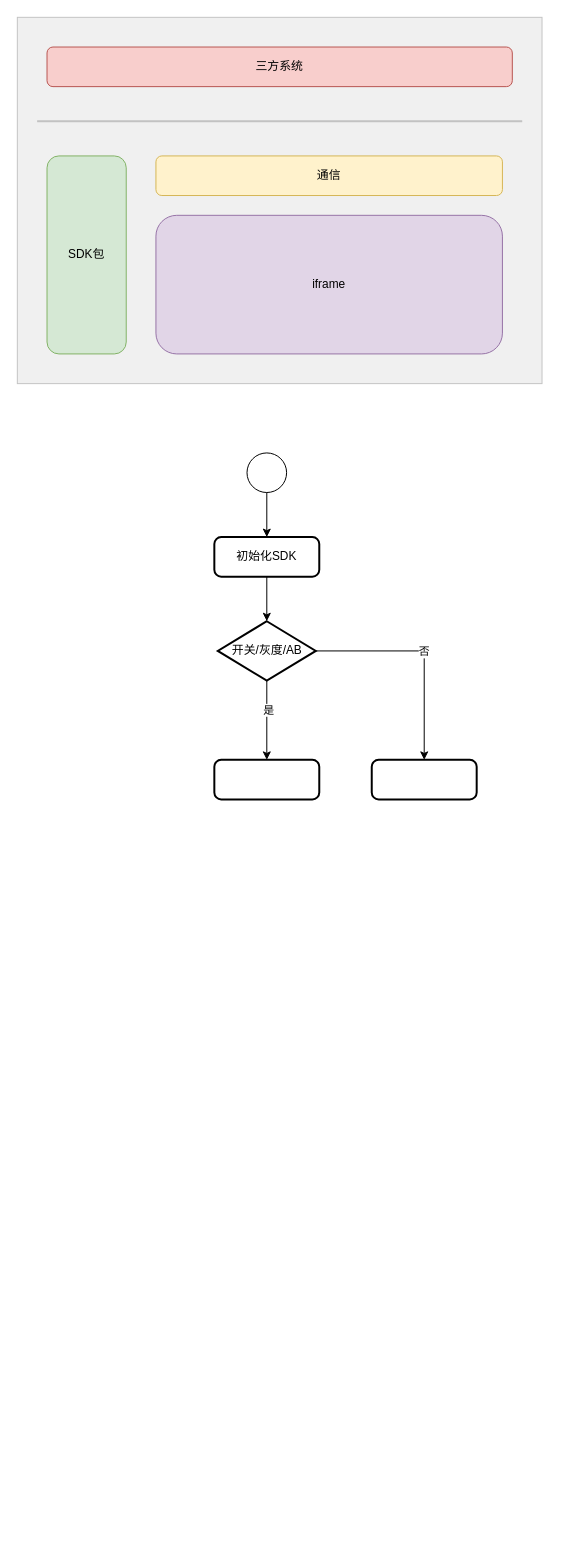
Before: 素材库SDK.drawio in wt9213/wt9213.github.io, a draw.io diagram. Source tidied: cells renumbered, new cells numbered last; positions are measured from the earlier drawing's top-left corner, leaving out a move shared by most shapes. Both pictures are drawn from the tidied source at 99%, with x=0, y=0 at pixel (17, 17).
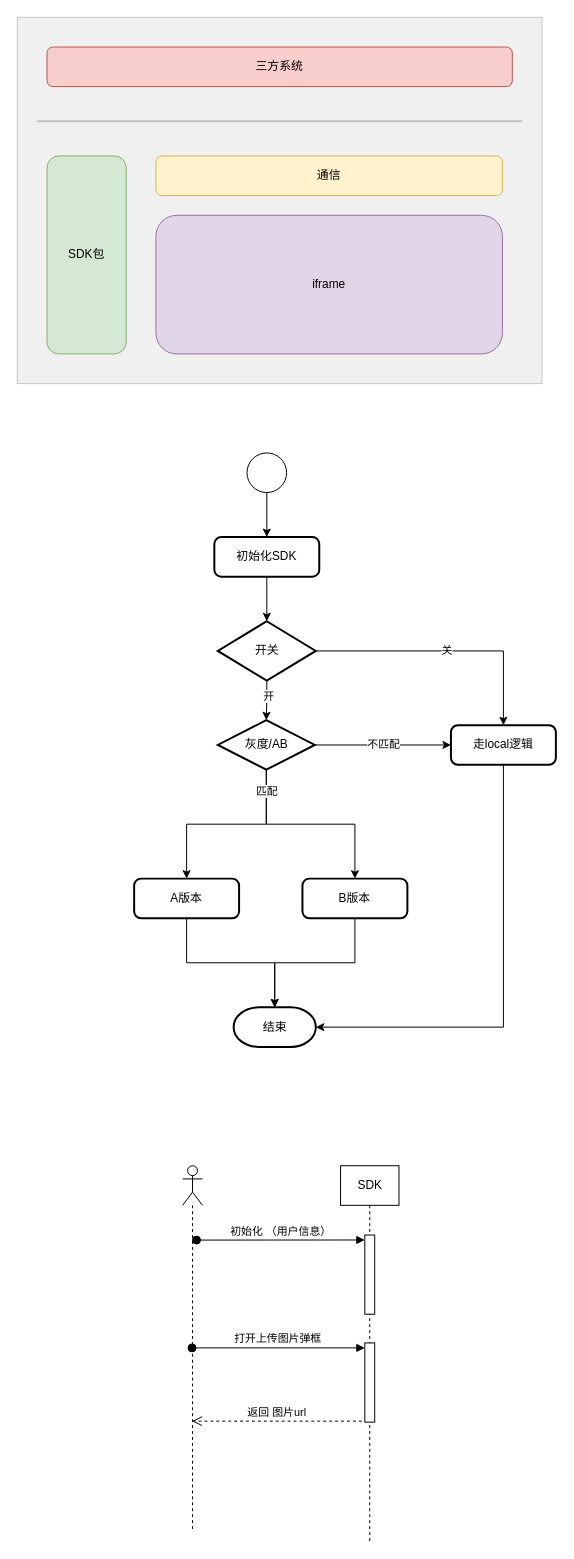
After the change.

Commit message:
更新素材库SDK.drawio

Change to the diagram source:
```diff
@@
-    <mxCell id="11" style="rounded=1;whiteSpace=wrap;html=1;absoluteArcSize=1;arcSize=14;strokeWidth=2;" parent="1" vertex="1">
-      <mxGeometry x="199" y="750" width="106" height="40" as="geometry" />
-    </mxCell>
-    <mxCell id="12" style="edgeStyle=orthogonalEdgeStyle;rounded=0;jettySize=auto;html=1;exitX=0.5;exitY=1;exitDx=0;exitDy=0;exitPerimeter=0;" parent="1" edge="1" source="15" target="11">
+    <mxCell id="12" style="edgeStyle=orthogonalEdgeStyle;rounded=0;jettySize=auto;html=1;exitX=0.5;exitY=1;exitDx=0;exitDy=0;exitPerimeter=0;entryX=0.5;entryY=0;entryDx=0;entryDy=0;entryPerimeter=0;" parent="1" edge="1" source="15" target="22">
       <mxGeometry relative="1" as="geometry" />
     </mxCell>
-    <mxCell id="13" value="是" style="edgeLabel;html=1;align=center;verticalAlign=middle;" parent="12" vertex="1">
+    <mxCell id="13" value="开" style="edgeLabel;html=1;align=center;verticalAlign=middle;" parent="12" vertex="1">
       <mxGeometry x="-0.28" y="1" relative="1" as="geometry" />
     </mxCell>
-    <mxCell id="14" value="否" style="edgeStyle=orthogonalEdgeStyle;rounded=0;jettySize=auto;html=1;exitX=1;exitY=0.5;exitDx=0;exitDy=0;exitPerimeter=0;" parent="1" edge="1" source="15" target="17">
+    <mxCell id="14" value="关" style="edgeStyle=orthogonalEdgeStyle;rounded=0;jettySize=auto;html=1;exitX=1;exitY=0.5;exitDx=0;exitDy=0;exitPerimeter=0;" parent="1" edge="1" source="15" target="17">
       <mxGeometry relative="1" as="geometry" />
     </mxCell>
-    <mxCell id="15" value="开关/灰度/AB" style="strokeWidth=2;html=1;shape=mxgraph.flowchart.decision;whiteSpace=wrap;" parent="1" vertex="1">
+    <mxCell id="15" value="开关" style="strokeWidth=2;html=1;shape=mxgraph.flowchart.decision;whiteSpace=wrap;" parent="1" vertex="1">
       <mxGeometry x="202.5" y="610" width="99" height="60" as="geometry" />
     </mxCell>
@@
-    <mxCell id="17" style="rounded=1;whiteSpace=wrap;html=1;absoluteArcSize=1;arcSize=14;strokeWidth=2;" parent="1" vertex="1">
-      <mxGeometry x="358" y="750" width="106" height="40" as="geometry" />
+    <mxCell id="17" value="走local逻辑" style="rounded=1;whiteSpace=wrap;html=1;absoluteArcSize=1;arcSize=14;strokeWidth=2;" parent="1" vertex="1">
+      <mxGeometry x="438" y="715" width="106" height="40" as="geometry" />
     </mxCell>
+    <mxCell id="18" style="edgeStyle=orthogonalEdgeStyle;rounded=0;jettySize=auto;html=1;exitX=0.5;exitY=1;exitDx=0;exitDy=0;exitPerimeter=0;entryX=0.5;entryY=0;entryDx=0;entryDy=0;" parent="1" edge="1" source="22" target="24">
+      <mxGeometry relative="1" as="geometry" />
+    </mxCell>
+    <mxCell id="19" value="不匹配" style="edgeStyle=orthogonalEdgeStyle;rounded=0;jettySize=auto;html=1;exitX=1;exitY=0.5;exitDx=0;exitDy=0;exitPerimeter=0;entryX=0;entryY=0.5;entryDx=0;entryDy=0;" parent="1" edge="1" source="22" target="17">
+      <mxGeometry relative="1" as="geometry" />
+    </mxCell>
+    <mxCell id="20" style="edgeStyle=orthogonalEdgeStyle;rounded=0;jettySize=auto;html=1;exitX=0.5;exitY=1;exitDx=0;exitDy=0;exitPerimeter=0;entryX=0.5;entryY=0;entryDx=0;entryDy=0;" parent="1" edge="1" source="22" target="25">
+      <mxGeometry relative="1" as="geometry" />
+    </mxCell>
+    <mxCell id="21" value="匹配" style="edgeLabel;html=1;align=center;verticalAlign=middle;" parent="20" vertex="1">
+      <mxGeometry x="-0.79" relative="1" as="geometry" />
+    </mxCell>
+    <mxCell id="22" value="灰度/AB" style="strokeWidth=2;html=1;shape=mxgraph.flowchart.decision;whiteSpace=wrap;" parent="1" vertex="1">
+      <mxGeometry x="202.5" y="710" width="98" height="50" as="geometry" />
+    </mxCell>
+    <mxCell id="23" style="edgeStyle=orthogonalEdgeStyle;rounded=0;jettySize=auto;html=1;exitX=0.5;exitY=1;exitDx=0;exitDy=0;" parent="1" edge="1" source="24" target="26">
+      <mxGeometry relative="1" as="geometry" />
+    </mxCell>
+    <mxCell id="24" value="A版本" style="rounded=1;whiteSpace=wrap;html=1;absoluteArcSize=1;arcSize=14;strokeWidth=2;" parent="1" vertex="1">
+      <mxGeometry x="118" y="870" width="106" height="40" as="geometry" />
+    </mxCell>
+    <mxCell id="25" value="B版本" style="rounded=1;whiteSpace=wrap;html=1;absoluteArcSize=1;arcSize=14;strokeWidth=2;" parent="1" vertex="1">
+      <mxGeometry x="288" y="870" width="106" height="40" as="geometry" />
+    </mxCell>
+    <mxCell id="26" value="结束" style="strokeWidth=2;html=1;shape=mxgraph.flowchart.terminator;whiteSpace=wrap;" parent="1" vertex="1">
+      <mxGeometry x="218.5" y="1000" width="83" height="40" as="geometry" />
+    </mxCell>
+    <mxCell id="27" style="edgeStyle=orthogonalEdgeStyle;rounded=0;jettySize=auto;html=1;exitX=0.5;exitY=1;exitDx=0;exitDy=0;entryX=0.5;entryY=0;entryDx=0;entryDy=0;entryPerimeter=0;" parent="1" edge="1" source="25" target="26">
+      <mxGeometry relative="1" as="geometry" />
+    </mxCell>
+    <mxCell id="28" style="edgeStyle=orthogonalEdgeStyle;rounded=0;jettySize=auto;html=1;exitX=0.5;exitY=1;exitDx=0;exitDy=0;entryX=1;entryY=0.5;entryDx=0;entryDy=0;entryPerimeter=0;" parent="1" edge="1" source="17" target="26">
+      <mxGeometry relative="1" as="geometry" />
+    </mxCell>
+    <mxCell id="29" style="shape=umlLifeline;perimeter=lifelinePerimeter;whiteSpace=wrap;html=1;outlineConnect=0;portConstraint=eastwest;newEdgeStyle={&quot;curved&quot;:0,&quot;rounded&quot;:0};participant=umlActor;" parent="1" vertex="1">
+      <mxGeometry x="167" y="1160" width="20" height="370" as="geometry" />
+    </mxCell>
+    <mxCell id="30" value="SDK" style="shape=umlLifeline;perimeter=lifelinePerimeter;whiteSpace=wrap;html=1;newEdgeStyle={&quot;curved&quot;:0,&quot;rounded&quot;:0};" parent="1" vertex="1">
+      <mxGeometry x="326.5" y="1160" width="59" height="380" as="geometry" />
+    </mxCell>
+    <mxCell id="31" style="html=1;points=[[0,0,0,0,5],[0,1,0,0,-5],[1,0,0,0,5],[1,1,0,0,-5]];perimeter=orthogonalPerimeter;outlineConnect=0;targetShapes=umlLifeline;portConstraint=eastwest;newEdgeStyle={&quot;curved&quot;:0,&quot;rounded&quot;:0};" parent="30" vertex="1">
+      <mxGeometry x="24.5" y="70" width="10" height="80" as="geometry" />
+    </mxCell>
+    <mxCell id="32" style="html=1;points=[[0,0,0,0,5],[0,1,0,0,-5],[1,0,0,0,5],[1,1,0,0,-5]];perimeter=orthogonalPerimeter;outlineConnect=0;targetShapes=umlLifeline;portConstraint=eastwest;newEdgeStyle={&quot;curved&quot;:0,&quot;rounded&quot;:0};" parent="1" vertex="1">
+      <mxGeometry x="351" y="1339" width="10" height="80" as="geometry" />
+    </mxCell>
+    <mxCell id="33" value="打开上传图片弹框" style="html=1;verticalAlign=bottom;startArrow=oval;endArrow=block;startSize=8;curved=0;rounded=0;entryX=0;entryY=0;entryDx=0;entryDy=5;" parent="1" edge="1" source="29" target="32">
+      <mxGeometry x="-0.01" relative="1" as="geometry" />
+    </mxCell>
+    <mxCell id="34" value="返回 图片url" style="html=1;verticalAlign=bottom;endArrow=open;dashed=1;endSize=8;curved=0;rounded=0;" parent="1" edge="1" target="29">
+      <mxGeometry relative="1" as="geometry">
+        <mxPoint x="348" y="1418" as="sourcePoint" />
+      </mxGeometry>
+    </mxCell>
+    <mxCell id="35" value="初始化 （用户信息）" style="html=1;verticalAlign=bottom;startArrow=oval;endArrow=block;startSize=8;curved=0;rounded=0;entryX=0;entryY=0;entryDx=0;entryDy=5;exitX=0.7;exitY=0.203;exitDx=0;exitDy=0;exitPerimeter=0;" parent="1" edge="1" source="29" target="31">
+      <mxGeometry relative="1" as="geometry" />
+    </mxCell>
```
